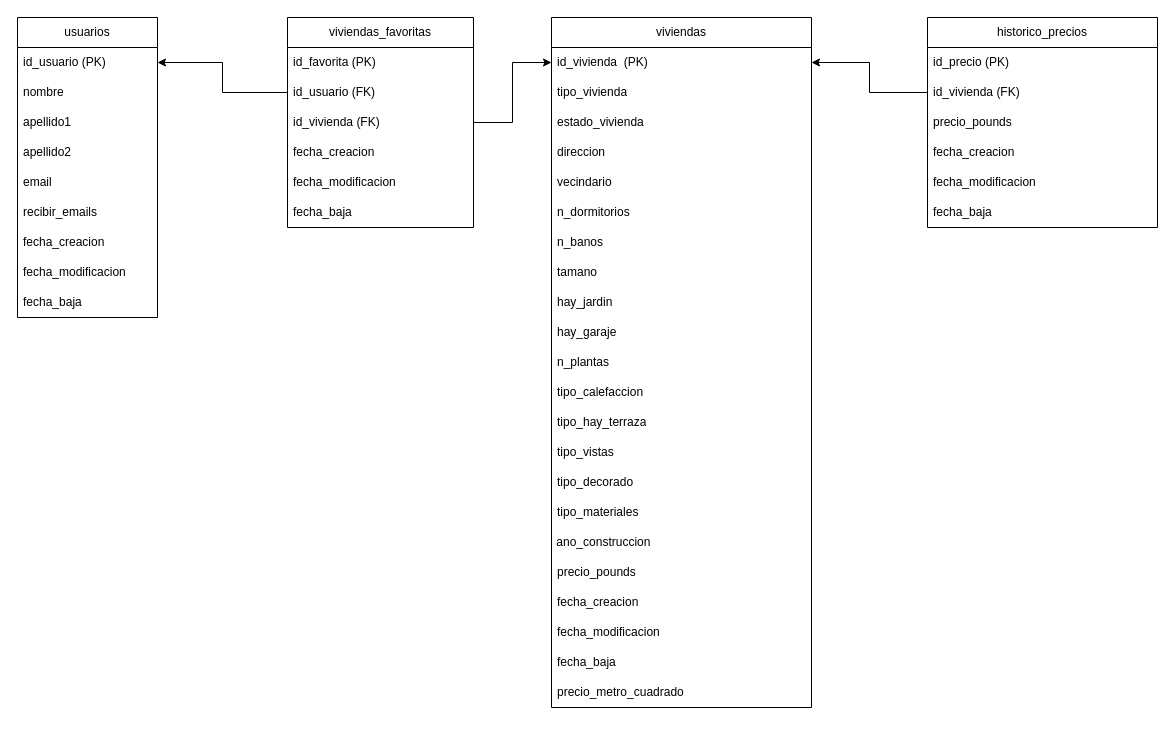
This is page "Modelo de Datos" (2 of 3) of doc/ActividadCloud.drawio from Jurbina0/Actividad-CLOUD, a draw.io file, before an edit. Source tidied: cells renumbered, new cells numbered last; positions are measured from the earlier drawing's top-left corner, leaving out a move shared by most shapes. Both pictures are drawn from the tidied source at 100%, with x=0, y=0 at pixel (17, 17).
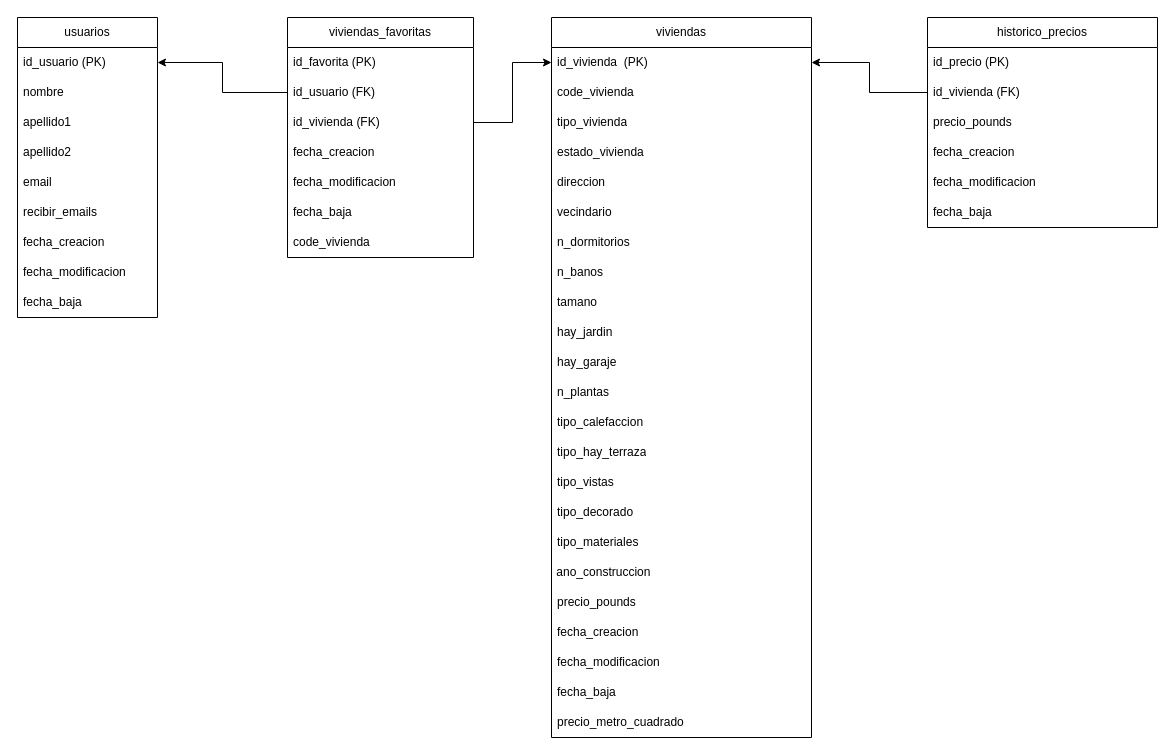
After the change.

What changed in the source:
```diff
@@
     <mxCell id="2" value="viviendas" style="swimlane;fontStyle=0;horizontal=1;startSize=30;whiteSpace=wrap;html=1;" parent="1" vertex="1">
-      <mxGeometry x="534" width="260" height="690" as="geometry" />
+      <mxGeometry x="534" width="260" height="720" as="geometry" />
     </mxCell>
@@
+    <mxCell id="52" value="code_vivienda" style="text;strokeColor=none;fillColor=none;align=left;verticalAlign=middle;spacingLeft=4;spacingRight=4;overflow=hidden;whiteSpace=wrap;html=1;" parent="2" vertex="1">
+      <mxGeometry y="60" width="260" height="30" as="geometry" />
+    </mxCell>
     <mxCell id="4" value="tipo_vivienda" style="text;strokeColor=none;fillColor=none;align=left;verticalAlign=middle;spacingLeft=4;spacingRight=4;overflow=hidden;whiteSpace=wrap;html=1;" parent="2" vertex="1">
-      <mxGeometry y="60" width="260" height="30" as="geometry" />
+      <mxGeometry y="90" width="260" height="30" as="geometry" />
     </mxCell>
     <mxCell id="5" value="estado_vivienda" style="text;strokeColor=none;fillColor=none;align=left;verticalAlign=middle;spacingLeft=4;spacingRight=4;overflow=hidden;whiteSpace=wrap;html=1;" parent="2" vertex="1">
-      <mxGeometry y="90" width="260" height="30" as="geometry" />
+      <mxGeometry y="120" width="260" height="30" as="geometry" />
     </mxCell>
     <mxCell id="6" value="direccion" style="text;strokeColor=none;fillColor=none;align=left;verticalAlign=middle;spacingLeft=4;spacingRight=4;overflow=hidden;whiteSpace=wrap;html=1;" parent="2" vertex="1">
-      <mxGeometry y="120" width="260" height="30" as="geometry" />
+      <mxGeometry y="150" width="260" height="30" as="geometry" />
     </mxCell>
     <mxCell id="7" value="vecindario" style="text;strokeColor=none;fillColor=none;align=left;verticalAlign=middle;spacingLeft=4;spacingRight=4;overflow=hidden;whiteSpace=wrap;html=1;" parent="2" vertex="1">
-      <mxGeometry y="150" width="260" height="30" as="geometry" />
+      <mxGeometry y="180" width="260" height="30" as="geometry" />
     </mxCell>
     <mxCell id="8" value="n_dormitorios" style="text;strokeColor=none;fillColor=none;align=left;verticalAlign=middle;spacingLeft=4;spacingRight=4;overflow=hidden;whiteSpace=wrap;html=1;" parent="2" vertex="1">
-      <mxGeometry y="180" width="260" height="30" as="geometry" />
+      <mxGeometry y="210" width="260" height="30" as="geometry" />
     </mxCell>
     <mxCell id="9" value="n_banos" style="text;strokeColor=none;fillColor=none;align=left;verticalAlign=middle;spacingLeft=4;spacingRight=4;overflow=hidden;whiteSpace=wrap;html=1;" parent="2" vertex="1">
-      <mxGeometry y="210" width="260" height="30" as="geometry" />
+      <mxGeometry y="240" width="260" height="30" as="geometry" />
     </mxCell>
     <mxCell id="10" value="tamano" style="text;strokeColor=none;fillColor=none;align=left;verticalAlign=middle;spacingLeft=4;spacingRight=4;overflow=hidden;whiteSpace=wrap;html=1;" parent="2" vertex="1">
-      <mxGeometry y="240" width="260" height="30" as="geometry" />
+      <mxGeometry y="270" width="260" height="30" as="geometry" />
     </mxCell>
     <mxCell id="11" value="hay_jardin" style="text;strokeColor=none;fillColor=none;align=left;verticalAlign=middle;spacingLeft=4;spacingRight=4;overflow=hidden;whiteSpace=wrap;html=1;" parent="2" vertex="1">
-      <mxGeometry y="270" width="260" height="30" as="geometry" />
+      <mxGeometry y="300" width="260" height="30" as="geometry" />
     </mxCell>
     <mxCell id="12" value="hay_garaje" style="text;strokeColor=none;fillColor=none;align=left;verticalAlign=middle;spacingLeft=4;spacingRight=4;overflow=hidden;whiteSpace=wrap;html=1;" parent="2" vertex="1">
-      <mxGeometry y="300" width="260" height="30" as="geometry" />
+      <mxGeometry y="330" width="260" height="30" as="geometry" />
     </mxCell>
     <mxCell id="13" value="n_plantas" style="text;strokeColor=none;fillColor=none;align=left;verticalAlign=middle;spacingLeft=4;spacingRight=4;overflow=hidden;whiteSpace=wrap;html=1;" parent="2" vertex="1">
-      <mxGeometry y="330" width="260" height="30" as="geometry" />
+      <mxGeometry y="360" width="260" height="30" as="geometry" />
     </mxCell>
     <mxCell id="14" value="tipo_calefaccion" style="text;strokeColor=none;fillColor=none;align=left;verticalAlign=middle;spacingLeft=4;spacingRight=4;overflow=hidden;whiteSpace=wrap;html=1;" parent="2" vertex="1">
-      <mxGeometry y="360" width="260" height="30" as="geometry" />
+      <mxGeometry y="390" width="260" height="30" as="geometry" />
     </mxCell>
     <mxCell id="15" value="tipo_hay_terraza" style="text;strokeColor=none;fillColor=none;align=left;verticalAlign=middle;spacingLeft=4;spacingRight=4;overflow=hidden;whiteSpace=wrap;html=1;" parent="2" vertex="1">
-      <mxGeometry y="390" width="260" height="30" as="geometry" />
+      <mxGeometry y="420" width="260" height="30" as="geometry" />
     </mxCell>
     <mxCell id="16" value="tipo_vistas" style="text;strokeColor=none;fillColor=none;align=left;verticalAlign=middle;spacingLeft=4;spacingRight=4;overflow=hidden;whiteSpace=wrap;html=1;" parent="2" vertex="1">
-      <mxGeometry y="420" width="260" height="30" as="geometry" />
+      <mxGeometry y="450" width="260" height="30" as="geometry" />
     </mxCell>
     <mxCell id="17" value="tipo_decorado" style="text;strokeColor=none;fillColor=none;align=left;verticalAlign=middle;spacingLeft=4;spacingRight=4;overflow=hidden;whiteSpace=wrap;html=1;" parent="2" vertex="1">
-      <mxGeometry y="450" width="260" height="30" as="geometry" />
+      <mxGeometry y="480" width="260" height="30" as="geometry" />
     </mxCell>
     <mxCell id="18" value="tipo_materiales" style="text;strokeColor=none;fillColor=none;align=left;verticalAlign=middle;spacingLeft=4;spacingRight=4;overflow=hidden;whiteSpace=wrap;html=1;" parent="2" vertex="1">
-      <mxGeometry y="480" width="260" height="30" as="geometry" />
+      <mxGeometry y="510" width="260" height="30" as="geometry" />
     </mxCell>
     <mxCell id="19" value="&amp;nbsp;ano_construccion" style="text;strokeColor=none;align=left;fillColor=none;html=1;verticalAlign=middle;whiteSpace=wrap;rounded=0;" parent="2" vertex="1">
-      <mxGeometry y="510" width="260" height="30" as="geometry" />
+      <mxGeometry y="540" width="260" height="30" as="geometry" />
     </mxCell>
     <mxCell id="20" value="precio_pounds" style="text;strokeColor=none;fillColor=none;align=left;verticalAlign=middle;spacingLeft=4;spacingRight=4;overflow=hidden;whiteSpace=wrap;html=1;" parent="2" vertex="1">
-      <mxGeometry y="540" width="260" height="30" as="geometry" />
+      <mxGeometry y="570" width="260" height="30" as="geometry" />
     </mxCell>
     <mxCell id="21" value="fecha_creacion" style="text;strokeColor=none;fillColor=none;align=left;verticalAlign=middle;spacingLeft=4;spacingRight=4;overflow=hidden;whiteSpace=wrap;html=1;" parent="2" vertex="1">
-      <mxGeometry y="570" width="260" height="30" as="geometry" />
+      <mxGeometry y="600" width="260" height="30" as="geometry" />
     </mxCell>
     <mxCell id="22" value="fecha_modificacion" style="text;strokeColor=none;fillColor=none;align=left;verticalAlign=middle;spacingLeft=4;spacingRight=4;overflow=hidden;whiteSpace=wrap;html=1;" parent="2" vertex="1">
-      <mxGeometry y="600" width="260" height="30" as="geometry" />
+      <mxGeometry y="630" width="260" height="30" as="geometry" />
     </mxCell>
     <mxCell id="23" value="fecha_baja" style="text;strokeColor=none;fillColor=none;align=left;verticalAlign=middle;spacingLeft=4;spacingRight=4;overflow=hidden;whiteSpace=wrap;html=1;" parent="2" vertex="1">
-      <mxGeometry y="630" width="260" height="30" as="geometry" />
+      <mxGeometry y="660" width="260" height="30" as="geometry" />
     </mxCell>
     <mxCell id="24" value="precio_metro_cuadrado" style="text;strokeColor=none;fillColor=none;align=left;verticalAlign=middle;spacingLeft=4;spacingRight=4;overflow=hidden;whiteSpace=wrap;html=1;" parent="2" vertex="1">
-      <mxGeometry y="660" width="260" height="30" as="geometry" />
+      <mxGeometry y="690" width="260" height="30" as="geometry" />
     </mxCell>
@@
     <mxCell id="43" value="viviendas_favoritas" style="swimlane;fontStyle=0;horizontal=1;startSize=30;whiteSpace=wrap;html=1;" parent="1" vertex="1">
-      <mxGeometry x="270" width="186" height="210" as="geometry" />
+      <mxGeometry x="270" width="186" height="240" as="geometry" />
     </mxCell>
@@
+    <mxCell id="53" value="code_vivienda" style="text;strokeColor=none;fillColor=none;align=left;verticalAlign=middle;spacingLeft=4;spacingRight=4;overflow=hidden;whiteSpace=wrap;html=1;" parent="43" vertex="1">
+      <mxGeometry y="210" width="186" height="30" as="geometry" />
+    </mxCell>
```
